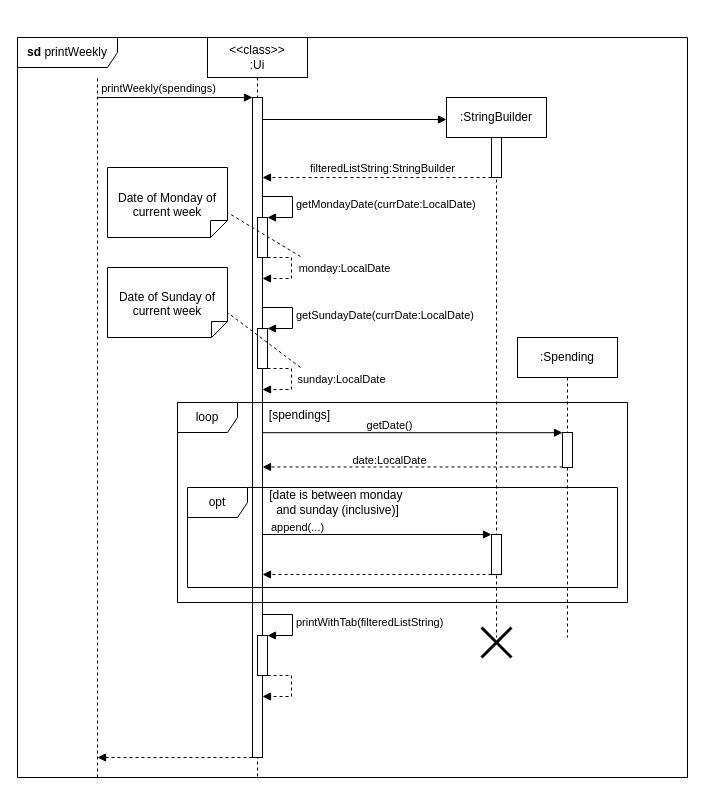
Earlier version of the draw.io diagram docs/Diagrams/Commands/printWeekly.drawio (wongwh2002/CS2113TeamProject). Source tidied: cells renumbered, new cells numbered last; positions are measured from the earlier drawing's top-left corner, leaving out a move shared by most shapes. Both pictures are drawn from the tidied source at 100%, with x=0, y=0 at pixel (17, 37).
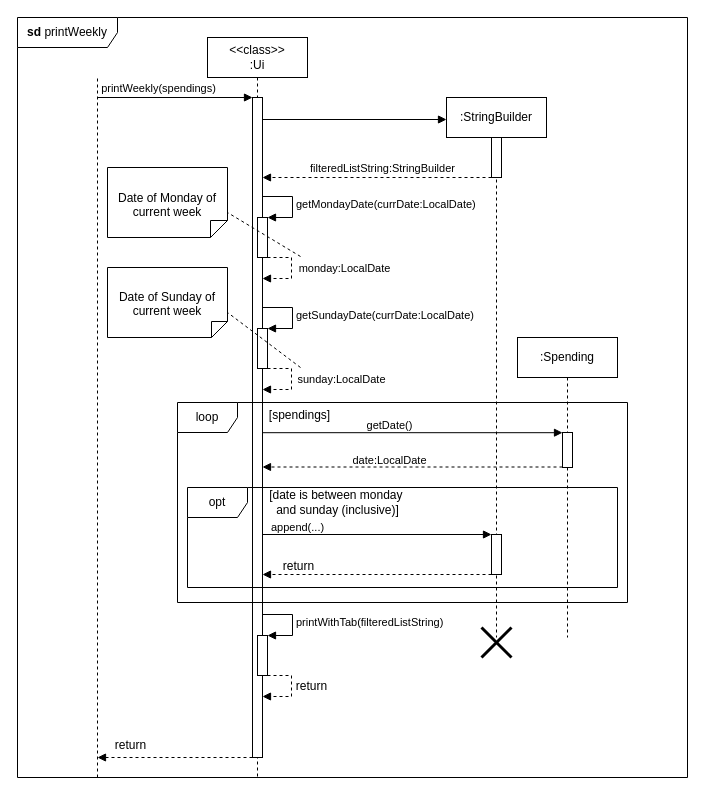
The same page after the edit.

Commit message (it also covers changes not shown here):
Standardize return

Unchanged cells that the change refers to:
```xml
<mxCell id="13" style="html=1;align=left;spacingLeft=2;endArrow=block;rounded=0;edgeStyle=orthogonalEdgeStyle;curved=0;rounded=0;dashed=1;" parent="5" edge="1">
  <mxGeometry relative="1" as="geometry">
    <mxPoint x="60" y="638" as="sourcePoint" />
    <mxPoint x="55" y="659" as="targetPoint" />
    <Array as="points">
      <mxPoint x="84" y="638" />
      <mxPoint x="84" y="659" />
    </Array>
  </mxGeometry>
</mxCell>
<mxCell id="40" style="html=1;verticalAlign=bottom;labelBackgroundColor=none;endArrow=block;endFill=1;dashed=1;rounded=0;" parent="1" edge="1">
  <mxGeometry relative="1" as="geometry">
    <mxPoint x="474" y="537" as="sourcePoint" />
    <mxPoint x="245" y="537" as="targetPoint" />
  </mxGeometry>
</mxCell>
<mxCell id="42" style="html=1;verticalAlign=bottom;labelBackgroundColor=none;endArrow=block;endFill=1;dashed=1;rounded=0;" parent="1" edge="1">
  <mxGeometry relative="1" as="geometry">
    <mxPoint x="235" y="720" as="sourcePoint" />
    <mxPoint x="80" y="720" as="targetPoint" />
  </mxGeometry>
</mxCell>
```

Change to the diagram source:
```diff
@@
+    <mxCell id="44" value="return" style="edgeLabel;html=1;align=center;verticalAlign=middle;fontSize=12;" parent="13" vertex="1">
+      <mxGeometry x="0.26" y="1" relative="1" as="geometry">
+        <mxPoint x="21" y="-12" as="offset" />
+      </mxGeometry>
+    </mxCell>
@@
+    <mxCell id="45" value="return" style="edgeLabel;html=1;align=center;verticalAlign=middle;fontSize=12;" parent="40" vertex="1">
+      <mxGeometry x="-0.31" y="-4" relative="1" as="geometry">
+        <mxPoint x="-115" y="-5" as="offset" />
+      </mxGeometry>
+    </mxCell>
@@
+    <mxCell id="46" value="return" style="edgeLabel;html=1;align=center;verticalAlign=middle;fontSize=12;" parent="42" vertex="1">
+      <mxGeometry x="-0.28" relative="1" as="geometry">
+        <mxPoint x="-67" y="-13" as="offset" />
+      </mxGeometry>
+    </mxCell>
     <mxCell id="43" value="&lt;b&gt;sd&lt;/b&gt;&amp;nbsp;printWeekly" style="shape=umlFrame;whiteSpace=wrap;html=1;width=100;height=30;" parent="1" vertex="1">
-      <mxGeometry width="670" height="740" as="geometry" />
+      <mxGeometry y="-20" width="670" height="760" as="geometry" />
     </mxCell>
```
